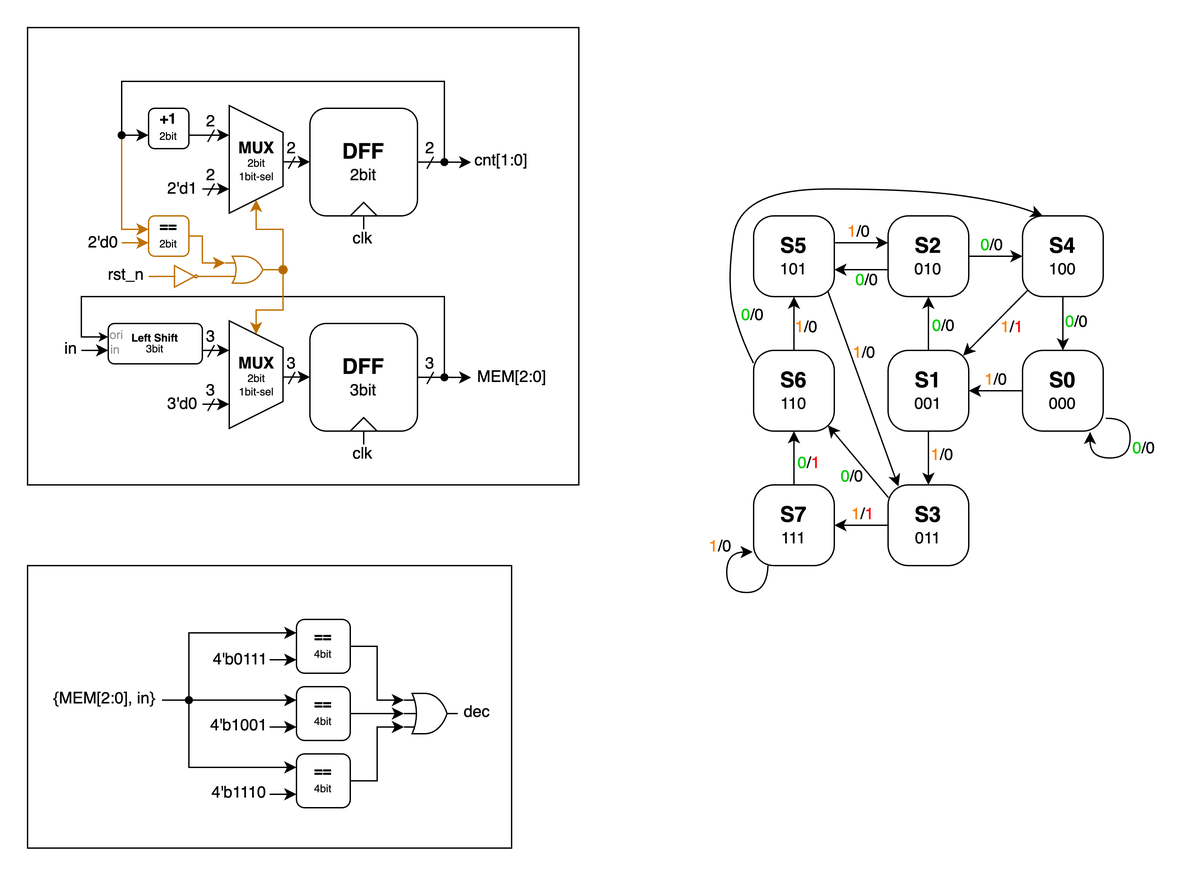
rogerfan48/Course-Soph1-HDL keeps this draw.io diagram as roger/Lab4/Circuit Diagram/a4.png. Above is the earlier version. Source tidied: cells renumbered, new cells last; positions are measured from the earlier drawing's top-left corner, leaving out a move shared by most shapes.
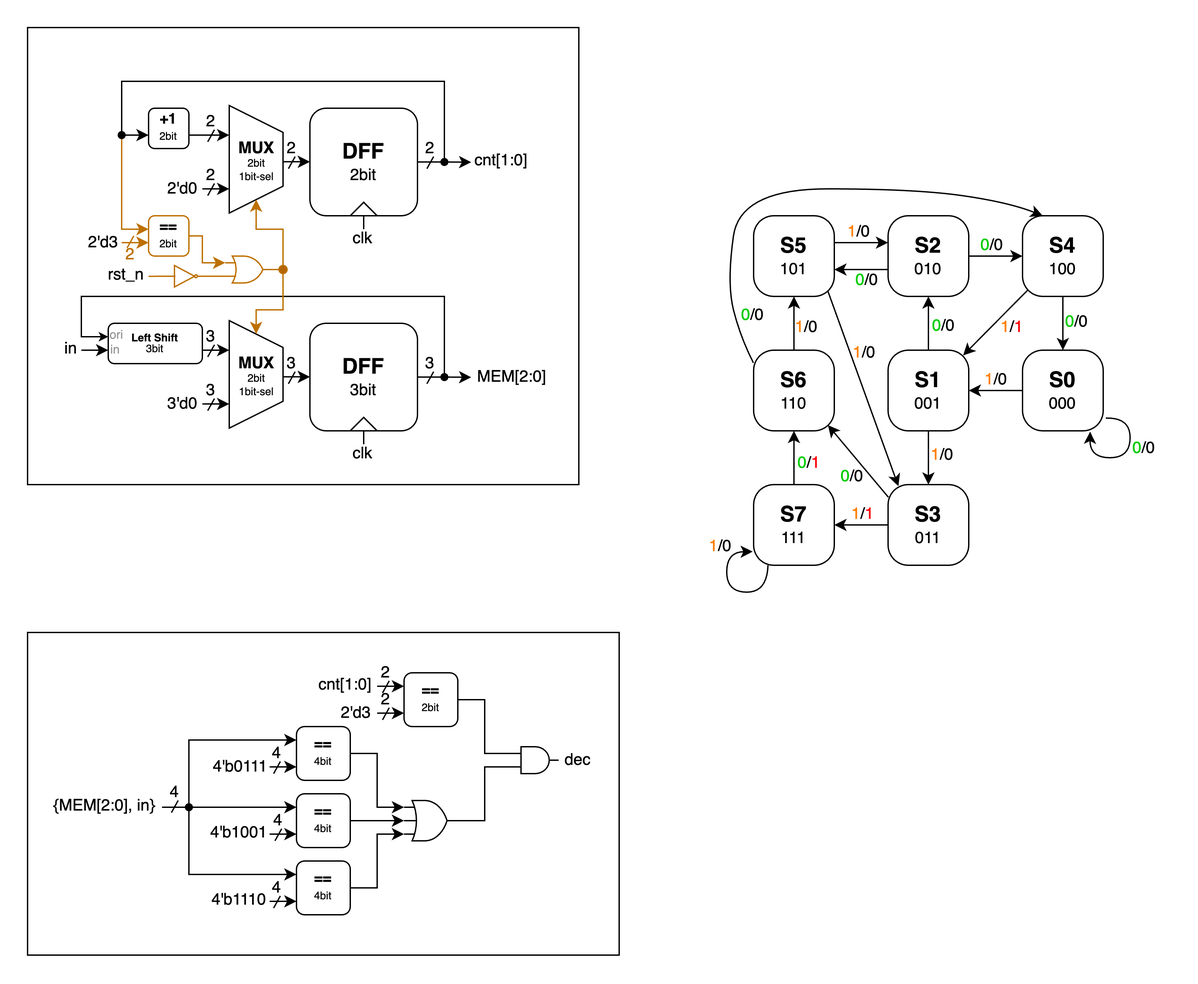
The same file after the commit.

Change to the diagram source:
```diff
@@ -2,6 +2,12 @@
   <root>
     <mxCell id="0" />
     <mxCell id="1" parent="0" />
+    <mxCell id="136" value="2" style="text;html=1;align=center;verticalAlign=middle;strokeColor=none;fillColor=none;fontColor=#BD7000;" parent="1" vertex="1">
+      <mxGeometry x="61" y="154" width="30" height="30" as="geometry" />
+    </mxCell>
+    <mxCell id="95" style="rounded=0;whiteSpace=wrap;html=1;fillColor=none;" parent="1" vertex="1">
+      <mxGeometry width="410" height="340" as="geometry" />
+    </mxCell>
     <mxCell id="2" value="clk" style="text;html=1;align=center;verticalAlign=middle;strokeColor=none;fillColor=none;" parent="1" vertex="1">
       <mxGeometry x="229" y="142" width="40" height="30" as="geometry" />
     </mxCell>
@@ -89,7 +95,7 @@
         <mxPoint x="18" y="21" as="targetPoint" />
       </mxGeometry>
     </mxCell>
-    <mxCell id="22" value="2'd1" style="text;html=1;align=center;verticalAlign=middle;strokeColor=none;fillColor=none;" parent="1" vertex="1">
+    <mxCell id="22" value="2'd0" style="text;html=1;align=center;verticalAlign=middle;strokeColor=none;fillColor=none;" parent="1" vertex="1">
       <mxGeometry x="90" y="105" width="50" height="30" as="geometry" />
     </mxCell>
     <mxCell id="23" style="shape=ellipse;fillColor=#000000;strokeColor=none;html=1;sketch=0;fontFamily=Helvetica;fontSize=11;fontColor=default;labelBackgroundColor=default;" parent="1" vertex="1">
@@ -217,7 +223,7 @@
     <mxCell id="50" value="&lt;p style=&quot;line-height: 0%; font-size: 11px;&quot;&gt;&lt;b&gt;==&lt;/b&gt;&lt;/p&gt;&lt;div style=&quot;line-height: 0%;&quot;&gt;&lt;font style=&quot;font-size: 8px;&quot;&gt;2bit&lt;/font&gt;&lt;/div&gt;&lt;p&gt;&lt;/p&gt;" style="rounded=1;whiteSpace=wrap;html=1;fillColor=none;fontColor=#000000;strokeColor=#BD7000;" parent="1" vertex="1">
       <mxGeometry x="90" y="140" width="30" height="30" as="geometry" />
     </mxCell>
-    <mxCell id="51" value="2'd0" style="text;html=1;align=center;verticalAlign=middle;strokeColor=none;fillColor=none;fontColor=#000000;" parent="1" vertex="1">
+    <mxCell id="51" value="2'd3" style="text;html=1;align=center;verticalAlign=middle;strokeColor=none;fillColor=none;fontColor=#000000;" parent="1" vertex="1">
       <mxGeometry x="31" y="145" width="50" height="30" as="geometry" />
     </mxCell>
     <mxCell id="52" style="edgeStyle=orthogonalEdgeStyle;rounded=0;jettySize=auto;html=1;exitX=1;exitY=0.5;exitDx=0;exitDy=0;entryX=0;entryY=0.25;entryDx=0;entryDy=0;entryPerimeter=0;fillColor=#f0a30a;strokeColor=#BD7000;" parent="1" edge="1" source="50" target="48">
@@ -297,74 +303,77 @@
       <mxGeometry relative="1" as="geometry" />
     </mxCell>
     <mxCell id="70" value="&lt;p style=&quot;line-height: 0%; font-size: 11px;&quot;&gt;&lt;b&gt;==&lt;/b&gt;&lt;/p&gt;&lt;div style=&quot;line-height: 0%;&quot;&gt;&lt;font style=&quot;font-size: 8px;&quot;&gt;4bit&lt;/font&gt;&lt;/div&gt;&lt;p&gt;&lt;/p&gt;" style="rounded=1;whiteSpace=wrap;html=1;" parent="1" vertex="1">
-      <mxGeometry x="200" y="440" width="40" height="40" as="geometry" />
+      <mxGeometry x="200" y="520" width="40" height="40" as="geometry" />
     </mxCell>
     <mxCell id="71" value="&lt;p style=&quot;line-height: 0%; font-size: 11px;&quot;&gt;&lt;b&gt;==&lt;/b&gt;&lt;/p&gt;&lt;div style=&quot;line-height: 0%;&quot;&gt;&lt;font style=&quot;font-size: 8px;&quot;&gt;4bit&lt;/font&gt;&lt;/div&gt;&lt;p&gt;&lt;/p&gt;" style="rounded=1;whiteSpace=wrap;html=1;" parent="1" vertex="1">
-      <mxGeometry x="200" y="490" width="40" height="40" as="geometry" />
+      <mxGeometry x="200" y="570" width="40" height="40" as="geometry" />
     </mxCell>
     <mxCell id="72" value="&lt;p style=&quot;line-height: 0%; font-size: 11px;&quot;&gt;&lt;b&gt;==&lt;/b&gt;&lt;/p&gt;&lt;div style=&quot;line-height: 0%;&quot;&gt;&lt;font style=&quot;font-size: 8px;&quot;&gt;4bit&lt;/font&gt;&lt;/div&gt;&lt;p&gt;&lt;/p&gt;" style="rounded=1;whiteSpace=wrap;html=1;" parent="1" vertex="1">
-      <mxGeometry x="200" y="540" width="40" height="40" as="geometry" />
+      <mxGeometry x="200" y="620" width="40" height="40" as="geometry" />
     </mxCell>
     <mxCell id="73" style="endArrow=classic;html=1;rounded=0;entryX=0;entryY=0.75;entryDx=0;entryDy=0;" parent="1" edge="1" target="70">
       <mxGeometry relative="1" as="geometry">
-        <mxPoint x="180" y="470" as="sourcePoint" />
+        <mxPoint x="180" y="550" as="sourcePoint" />
       </mxGeometry>
     </mxCell>
     <mxCell id="74" style="endArrow=classic;html=1;rounded=0;entryX=0;entryY=0.75;entryDx=0;entryDy=0;" parent="1" edge="1">
       <mxGeometry relative="1" as="geometry">
-        <mxPoint x="180" y="520" as="sourcePoint" />
-        <mxPoint x="200" y="520" as="targetPoint" />
+        <mxPoint x="180" y="600" as="sourcePoint" />
+        <mxPoint x="200" y="600" as="targetPoint" />
       </mxGeometry>
     </mxCell>
     <mxCell id="75" style="endArrow=classic;html=1;rounded=0;entryX=0;entryY=0.75;entryDx=0;entryDy=0;" parent="1" edge="1">
       <mxGeometry relative="1" as="geometry">
-        <mxPoint x="180" y="570" as="sourcePoint" />
-        <mxPoint x="200" y="570" as="targetPoint" />
+        <mxPoint x="180" y="650" as="sourcePoint" />
+        <mxPoint x="200" y="650" as="targetPoint" />
       </mxGeometry>
     </mxCell>
     <mxCell id="76" value="4'b0111" style="text;html=1;align=center;verticalAlign=middle;strokeColor=none;fillColor=none;" parent="1" vertex="1">
-      <mxGeometry x="128" y="455" width="60" height="30" as="geometry" />
+      <mxGeometry x="128" y="535" width="60" height="30" as="geometry" />
     </mxCell>
     <mxCell id="77" value="4'b1001" style="text;html=1;align=center;verticalAlign=middle;strokeColor=none;fillColor=none;" parent="1" vertex="1">
-      <mxGeometry x="122" y="504" width="70" height="30" as="geometry" />
+      <mxGeometry x="122" y="584" width="70" height="30" as="geometry" />
     </mxCell>
     <mxCell id="78" value="4'b1110" style="text;html=1;align=center;verticalAlign=middle;strokeColor=none;fillColor=none;" parent="1" vertex="1">
-      <mxGeometry x="127" y="554" width="60" height="30" as="geometry" />
+      <mxGeometry x="127" y="634" width="60" height="30" as="geometry" />
     </mxCell>
     <mxCell id="79" style="endArrow=classic;html=1;rounded=0;entryX=0;entryY=0.25;entryDx=0;entryDy=0;edgeStyle=orthogonalEdgeStyle;" parent="1" edge="1" target="70">
       <mxGeometry relative="1" as="geometry">
-        <mxPoint x="100" y="500" as="sourcePoint" />
+        <mxPoint x="100" y="580" as="sourcePoint" />
         <Array as="points">
-          <mxPoint x="120" y="500" />
-          <mxPoint x="120" y="450" />
+          <mxPoint x="120" y="580" />
+          <mxPoint x="120" y="530" />
         </Array>
       </mxGeometry>
     </mxCell>
     <mxCell id="80" style="endArrow=classic;html=1;rounded=0;" parent="1" edge="1">
       <mxGeometry relative="1" as="geometry">
-        <mxPoint x="120" y="500" as="sourcePoint" />
-        <mxPoint x="200" y="500" as="targetPoint" />
+        <mxPoint x="120" y="580" as="sourcePoint" />
+        <mxPoint x="200" y="580" as="targetPoint" />
       </mxGeometry>
     </mxCell>
     <mxCell id="81" style="endArrow=classic;html=1;rounded=0;entryX=0;entryY=0.25;entryDx=0;entryDy=0;edgeStyle=orthogonalEdgeStyle;" parent="1" edge="1" target="72">
       <mxGeometry relative="1" as="geometry">
-        <mxPoint x="100" y="500" as="sourcePoint" />
+        <mxPoint x="100" y="580" as="sourcePoint" />
         <Array as="points">
-          <mxPoint x="120" y="500" />
-          <mxPoint x="120" y="550" />
+          <mxPoint x="120" y="580" />
+          <mxPoint x="120" y="630" />
         </Array>
       </mxGeometry>
     </mxCell>
     <mxCell id="82" style="shape=ellipse;fillColor=#000000;strokeColor=none;html=1;sketch=0;fontFamily=Helvetica;fontSize=11;fontColor=default;labelBackgroundColor=default;" parent="1" vertex="1">
-      <mxGeometry x="117" y="497" width="6" height="6" as="geometry" />
+      <mxGeometry x="117" y="577" width="6" height="6" as="geometry" />
     </mxCell>
     <mxCell id="83" style="edgeStyle=orthogonalEdgeStyle;rounded=0;jettySize=auto;html=1;exitX=1;exitY=0.5;exitDx=0;exitDy=0;exitPerimeter=0;" parent="1" edge="1" source="84">
       <mxGeometry relative="1" as="geometry">
-        <mxPoint x="320.2" y="510.2" as="targetPoint" />
+        <mxPoint x="320.2" y="590.2" as="targetPoint" />
       </mxGeometry>
     </mxCell>
+    <mxCell id="137" style="edgeStyle=orthogonalEdgeStyle;rounded=0;jettySize=auto;html=1;exitX=1;exitY=0.5;exitDx=0;exitDy=0;exitPerimeter=0;endArrow=none;endFill=0;entryX=0;entryY=0.75;entryDx=0;entryDy=0;entryPerimeter=0;" parent="1" edge="1" source="84" target="139">
+      <mxGeometry relative="1" as="geometry" />
+    </mxCell>
     <mxCell id="84" style="verticalLabelPosition=bottom;shadow=0;dashed=0;align=center;html=1;verticalAlign=top;shape=mxgraph.electrical.logic_gates.logic_gate;operation=or;rotation=0;numInputs=3;" parent="1" vertex="1">
-      <mxGeometry x="280" y="495" width="40" height="30" as="geometry" />
+      <mxGeometry x="280" y="575" width="40" height="30" as="geometry" />
     </mxCell>
     <mxCell id="85" style="edgeStyle=orthogonalEdgeStyle;rounded=0;jettySize=auto;html=1;exitX=1;exitY=0.5;exitDx=0;exitDy=0;entryX=0;entryY=0.5;entryDx=0;entryDy=0;entryPerimeter=0;" parent="1" edge="1" source="71" target="84">
       <mxGeometry relative="1" as="geometry" />
@@ -373,10 +382,10 @@
       <mxGeometry relative="1" as="geometry" />
     </mxCell>
     <mxCell id="87" value="dec" style="text;html=1;align=center;verticalAlign=middle;strokeColor=none;fillColor=none;" parent="1" vertex="1">
-      <mxGeometry x="314" y="494" width="40" height="30" as="geometry" />
+      <mxGeometry x="389" y="530" width="40" height="30" as="geometry" />
     </mxCell>
     <mxCell id="88" value="{MEM[2:0], in}" style="text;html=1;align=center;verticalAlign=middle;strokeColor=none;fillColor=none;" parent="1" vertex="1">
-      <mxGeometry x="7" y="484" width="100" height="30" as="geometry" />
+      <mxGeometry x="7" y="564" width="100" height="30" as="geometry" />
     </mxCell>
     <mxCell id="89" style="triangle;whiteSpace=wrap;html=1;rotation=-90;" parent="1" vertex="1">
       <mxGeometry x="245" y="125" width="10" height="20" as="geometry" />
@@ -399,12 +408,6 @@
         <mxPoint x="250" y="300" as="targetPoint" />
       </mxGeometry>
     </mxCell>
-    <mxCell id="94" style="rounded=0;whiteSpace=wrap;html=1;fillColor=none;" parent="1" vertex="1">
-      <mxGeometry y="400" width="360" height="210" as="geometry" />
-    </mxCell>
-    <mxCell id="95" style="rounded=0;whiteSpace=wrap;html=1;fillColor=none;" parent="1" vertex="1">
-      <mxGeometry width="410" height="340" as="geometry" />
-    </mxCell>
     <mxCell id="96" style="edgeStyle=orthogonalEdgeStyle;rounded=0;jettySize=auto;html=1;exitX=0;exitY=0.5;exitDx=0;exitDy=0;entryX=1;entryY=0.5;entryDx=0;entryDy=0;" parent="1" edge="1" source="97" target="114">
       <mxGeometry relative="1" as="geometry" />
     </mxCell>
@@ -559,5 +562,118 @@
     <mxCell id="135" value="&lt;font color=&quot;#00cc00&quot;&gt;0&lt;/font&gt;/0" style="text;html=1;align=center;verticalAlign=middle;strokeColor=none;fillColor=none;" parent="1" vertex="1">
       <mxGeometry x="604" y="173" width="40" height="30" as="geometry" />
     </mxCell>
+    <mxCell id="138" style="edgeStyle=orthogonalEdgeStyle;rounded=0;jettySize=auto;html=1;exitX=0;exitY=0.25;exitDx=0;exitDy=0;exitPerimeter=0;endArrow=none;endFill=0;entryX=1;entryY=0.5;entryDx=0;entryDy=0;" parent="1" edge="1" source="139" target="140">
+      <mxGeometry relative="1" as="geometry">
+        <Array as="points">
+          <mxPoint x="340" y="540" />
+          <mxPoint x="340" y="500" />
+        </Array>
+      </mxGeometry>
+    </mxCell>
+    <mxCell id="139" style="verticalLabelPosition=bottom;shadow=0;dashed=0;align=center;html=1;verticalAlign=top;shape=mxgraph.electrical.logic_gates.logic_gate;operation=and;rotation=0;" parent="1" vertex="1">
+      <mxGeometry x="360" y="535" width="35" height="20" as="geometry" />
+    </mxCell>
+    <mxCell id="140" value="&lt;p style=&quot;line-height: 0%; font-size: 11px;&quot;&gt;&lt;b&gt;==&lt;/b&gt;&lt;/p&gt;&lt;div style=&quot;line-height: 0%;&quot;&gt;&lt;font style=&quot;font-size: 8px;&quot;&gt;2bit&lt;/font&gt;&lt;/div&gt;&lt;p&gt;&lt;/p&gt;" style="rounded=1;whiteSpace=wrap;html=1;" parent="1" vertex="1">
+      <mxGeometry x="280" y="480" width="40" height="40" as="geometry" />
+    </mxCell>
+    <mxCell id="141" style="endArrow=classic;html=1;rounded=0;entryX=0;entryY=0.75;entryDx=0;entryDy=0;" parent="1" edge="1">
+      <mxGeometry relative="1" as="geometry">
+        <mxPoint x="260" y="510" as="sourcePoint" />
+        <mxPoint x="280" y="510" as="targetPoint" />
+      </mxGeometry>
+    </mxCell>
+    <mxCell id="142" value="2'd3" style="text;html=1;align=center;verticalAlign=middle;strokeColor=none;fillColor=none;" parent="1" vertex="1">
+      <mxGeometry x="219" y="495" width="50" height="30" as="geometry" />
+    </mxCell>
+    <mxCell id="143" style="endArrow=classic;html=1;rounded=0;entryX=0;entryY=0.75;entryDx=0;entryDy=0;" parent="1" edge="1">
+      <mxGeometry relative="1" as="geometry">
+        <mxPoint x="260" y="490" as="sourcePoint" />
+        <mxPoint x="280" y="490" as="targetPoint" />
+      </mxGeometry>
+    </mxCell>
+    <mxCell id="144" value="cnt[1:0]" style="text;html=1;align=center;verticalAlign=middle;strokeColor=none;fillColor=none;" parent="1" vertex="1">
+      <mxGeometry x="206" y="474" width="60" height="30" as="geometry" />
+    </mxCell>
+    <mxCell id="145" style="group;" parent="1" vertex="1">
+      <mxGeometry x="94" y="554" width="30" height="30" as="geometry" />
+    </mxCell>
+    <mxCell id="146" value="4" style="text;html=1;align=center;verticalAlign=middle;strokeColor=none;fillColor=none;" parent="145" vertex="1">
+      <mxGeometry width="30" height="30" as="geometry" />
+    </mxCell>
+    <mxCell id="147" style="endArrow=none;html=1;rounded=0;" parent="145" edge="1">
+      <mxGeometry relative="1" as="geometry">
+        <mxPoint x="13" y="30" as="sourcePoint" />
+        <mxPoint x="18" y="21" as="targetPoint" />
+      </mxGeometry>
+    </mxCell>
+    <mxCell id="148" style="group;" parent="1" vertex="1">
+      <mxGeometry x="170" y="525" width="30" height="30" as="geometry" />
+    </mxCell>
+    <mxCell id="149" value="4" style="text;html=1;align=center;verticalAlign=middle;strokeColor=none;fillColor=none;" parent="148" vertex="1">
+      <mxGeometry width="30" height="30" as="geometry" />
+    </mxCell>
+    <mxCell id="150" style="endArrow=none;html=1;rounded=0;" parent="148" edge="1">
+      <mxGeometry relative="1" as="geometry">
+        <mxPoint x="13" y="30" as="sourcePoint" />
+        <mxPoint x="18" y="21" as="targetPoint" />
+      </mxGeometry>
+    </mxCell>
+    <mxCell id="151" style="group;" parent="1" vertex="1">
+      <mxGeometry x="171" y="575" width="30" height="30" as="geometry" />
+    </mxCell>
+    <mxCell id="152" value="4" style="text;html=1;align=center;verticalAlign=middle;strokeColor=none;fillColor=none;" parent="151" vertex="1">
+      <mxGeometry width="30" height="30" as="geometry" />
+    </mxCell>
+    <mxCell id="153" style="endArrow=none;html=1;rounded=0;" parent="151" edge="1">
+      <mxGeometry relative="1" as="geometry">
+        <mxPoint x="13" y="30" as="sourcePoint" />
+        <mxPoint x="18" y="21" as="targetPoint" />
+      </mxGeometry>
+    </mxCell>
+    <mxCell id="154" style="group;" parent="1" vertex="1">
+      <mxGeometry x="170" y="625" width="30" height="30" as="geometry" />
+    </mxCell>
+    <mxCell id="155" value="4" style="text;html=1;align=center;verticalAlign=middle;strokeColor=none;fillColor=none;" parent="154" vertex="1">
+      <mxGeometry width="30" height="30" as="geometry" />
+    </mxCell>
+    <mxCell id="156" style="endArrow=none;html=1;rounded=0;" parent="154" edge="1">
+      <mxGeometry relative="1" as="geometry">
+        <mxPoint x="13" y="30" as="sourcePoint" />
+        <mxPoint x="18" y="21" as="targetPoint" />
+      </mxGeometry>
+    </mxCell>
+    <mxCell id="157" style="group;" parent="1" vertex="1">
+      <mxGeometry x="251" y="465" width="30" height="30" as="geometry" />
+    </mxCell>
+    <mxCell id="158" value="2" style="text;html=1;align=center;verticalAlign=middle;strokeColor=none;fillColor=none;" parent="157" vertex="1">
+      <mxGeometry width="30" height="30" as="geometry" />
+    </mxCell>
+    <mxCell id="159" style="endArrow=none;html=1;rounded=0;" parent="157" edge="1">
+      <mxGeometry relative="1" as="geometry">
+        <mxPoint x="13" y="30" as="sourcePoint" />
+        <mxPoint x="18" y="21" as="targetPoint" />
+      </mxGeometry>
+    </mxCell>
+    <mxCell id="160" style="group;" parent="1" vertex="1">
+      <mxGeometry x="251" y="485" width="30" height="30" as="geometry" />
+    </mxCell>
+    <mxCell id="161" value="2" style="text;html=1;align=center;verticalAlign=middle;strokeColor=none;fillColor=none;" parent="160" vertex="1">
+      <mxGeometry width="30" height="30" as="geometry" />
+    </mxCell>
+    <mxCell id="162" style="endArrow=none;html=1;rounded=0;" parent="160" edge="1">
+      <mxGeometry relative="1" as="geometry">
+        <mxPoint x="13" y="30" as="sourcePoint" />
+        <mxPoint x="18" y="21" as="targetPoint" />
+      </mxGeometry>
+    </mxCell>
+    <mxCell id="163" style="rounded=0;whiteSpace=wrap;html=1;fillColor=none;" parent="1" vertex="1">
+      <mxGeometry y="450" width="440" height="240" as="geometry" />
+    </mxCell>
+    <mxCell id="164" style="endArrow=none;html=1;rounded=0;fillColor=#f0a30a;strokeColor=#BD7000;" parent="1" edge="1">
+      <mxGeometry relative="1" as="geometry">
+        <mxPoint x="74" y="164" as="sourcePoint" />
+        <mxPoint x="79" y="155" as="targetPoint" />
+      </mxGeometry>
+    </mxCell>
   </root>
 </mxGraphModel>
```
